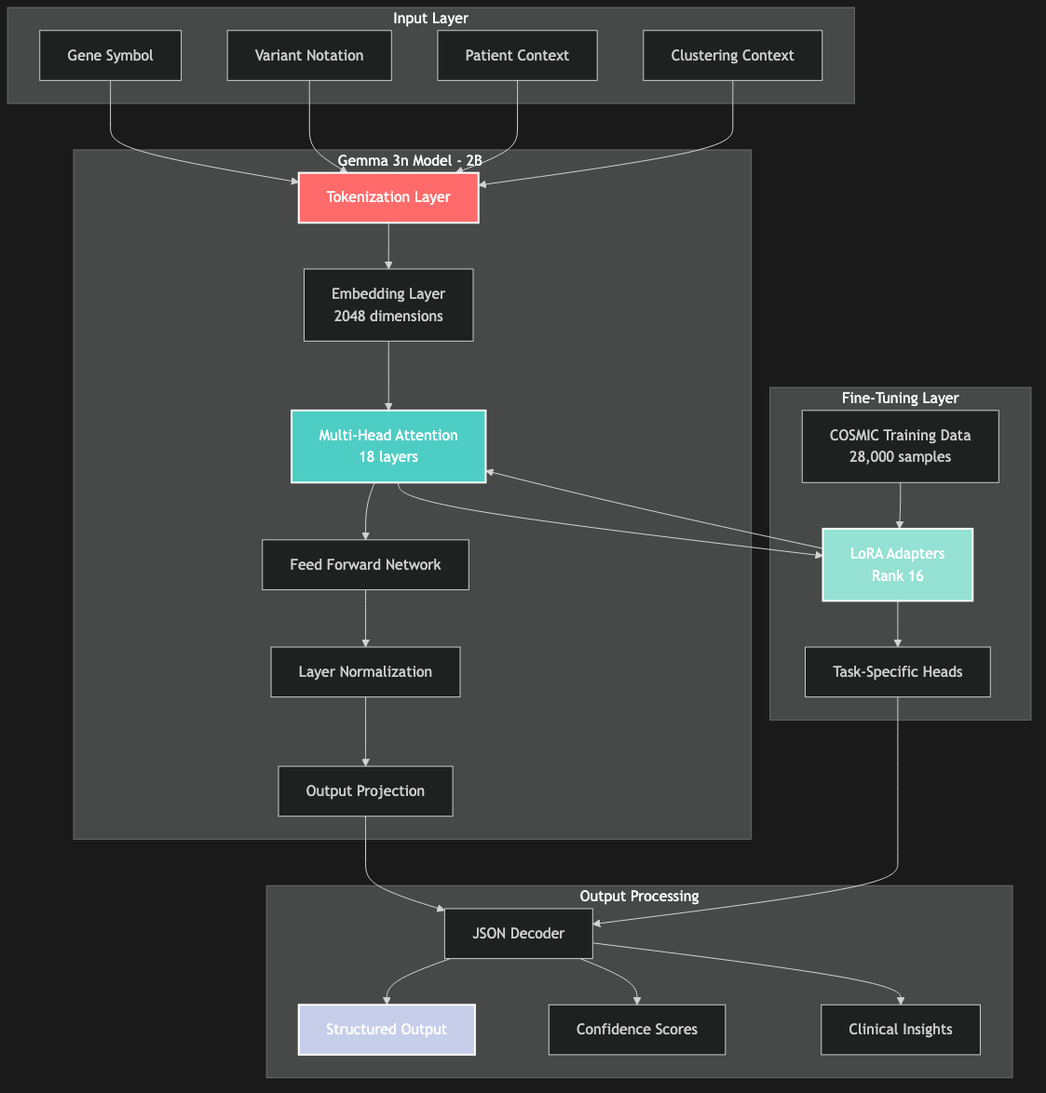
The Mermaid diagram diagrams/03_ai_model_architecture.png in Aristide021/OncoScope, before a commit. Its source is kept beside it as diagrams/03_ai_model_architecture.mmd.
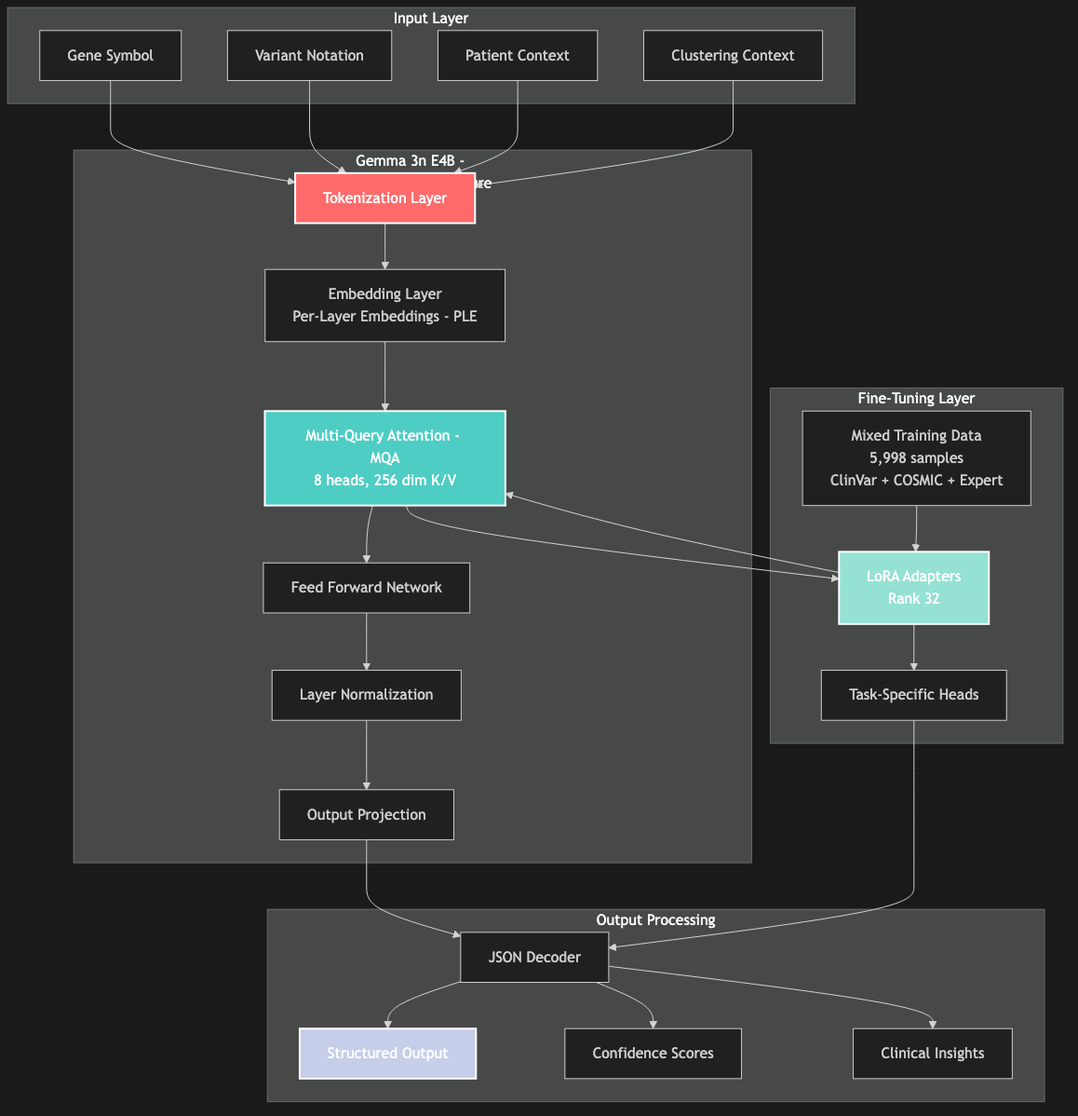
Later version of the same file.

What changed in the source:
```diff
@@ -6,18 +6,18 @@
         D[Clustering Context]
     end
 
-    subgraph "Gemma 3n Model - 2B Parameters"
+    subgraph "Gemma 3n E4B - MatFormer Architecture"
         E[Tokenization Layer]
-        F[Embedding Layer<br/>2048 dimensions]
-        G[Multi-Head Attention<br/>18 layers]
+        F[Embedding Layer<br/>Per-Layer Embeddings - PLE]
+        G[Multi-Query Attention - MQA<br/>8 heads, 256 dim K/V]
         H[Feed Forward Network]
         I[Layer Normalization]
         J[Output Projection]
     end
 
     subgraph "Fine-Tuning Layer"
-        K[LoRA Adapters<br/>Rank 16]
-        L[COSMIC Training Data<br/>28,000 samples]
+        K[LoRA Adapters<br/>Rank 32]
+        L[Mixed Training Data<br/>5,998 samples<br/>ClinVar + COSMIC + Expert]
         M[Task-Specific Heads]
     end
 
```
